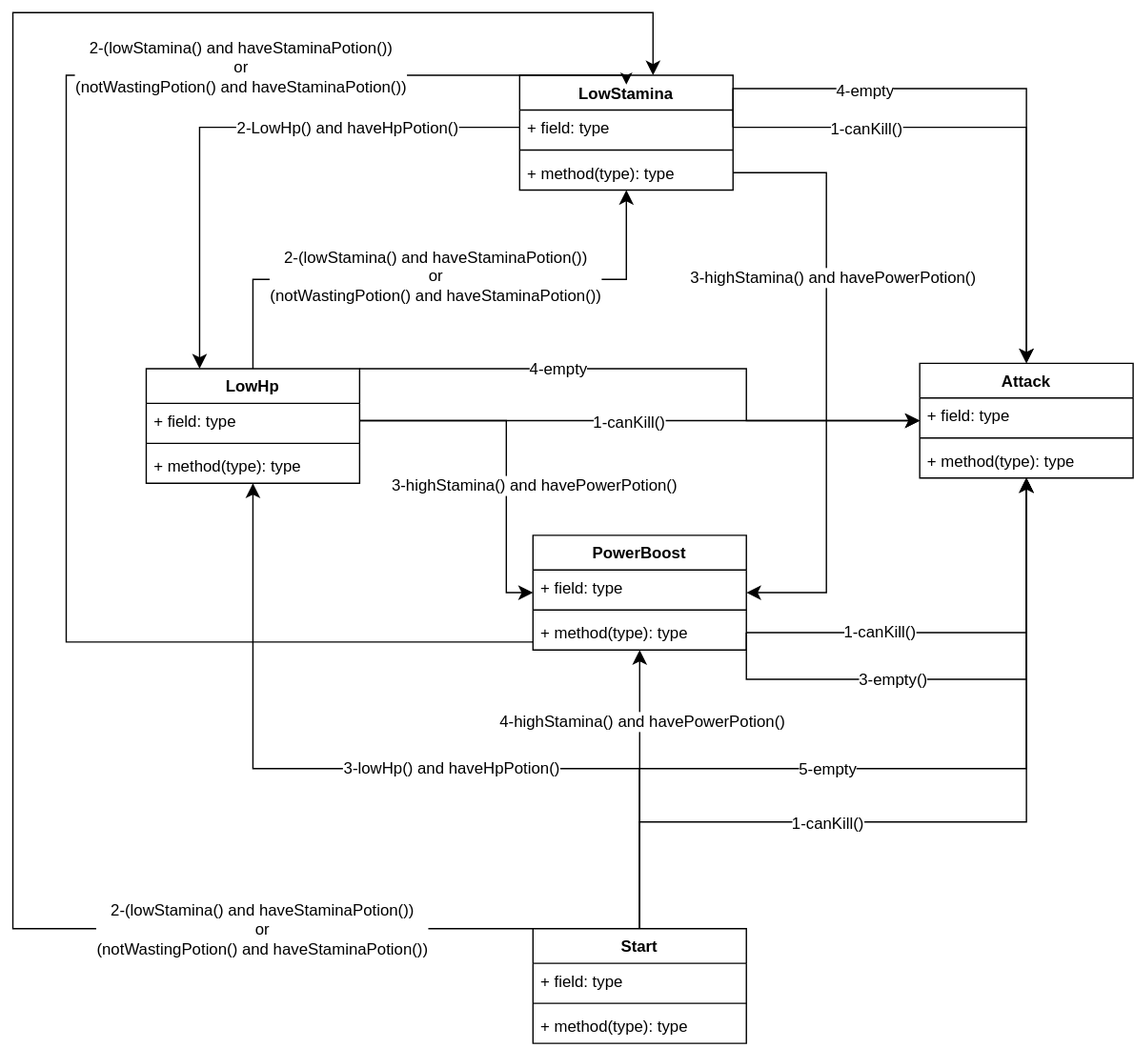
This is Umls/fsm.drawio.svg from amir-samiee/iustz, a draw.io export, as it was before one commit. Source tidied: cells renumbered, new cells last; positions are measured from the earlier drawing's top-left corner, leaving out a move shared by most shapes.
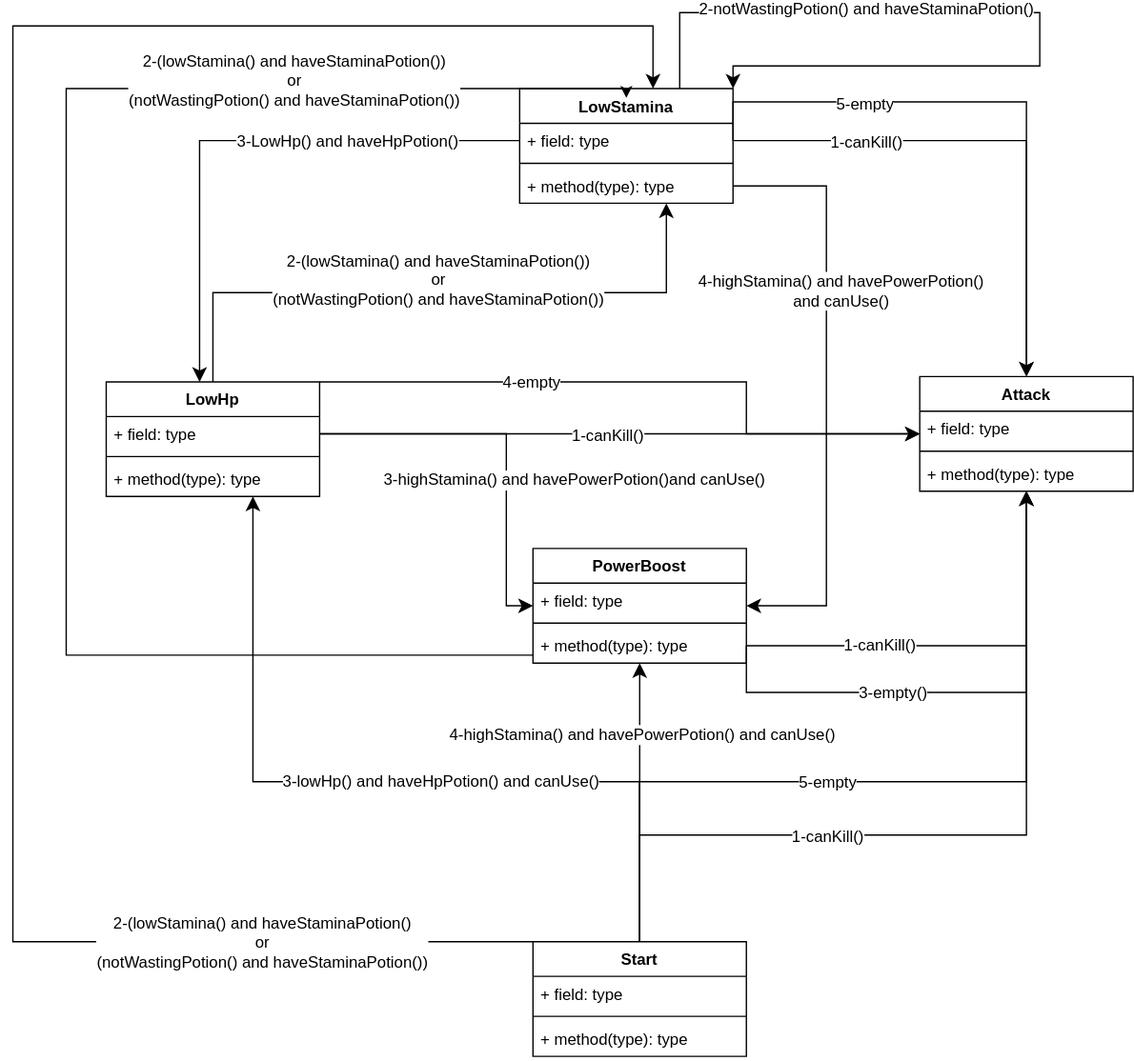
Above is the later version.

What changed in the source:
```diff
@@ -3,11 +3,16 @@
     <mxCell id="0" />
     <mxCell id="1" parent="0" />
     <mxCell id="2" style="edgeStyle=orthogonalEdgeStyle;rounded=0;jettySize=auto;html=1;exitX=0.5;exitY=0;exitDx=0;exitDy=0;fontSize=12;startSize=8;endSize=8;" parent="1" edge="1" source="6" target="18">
-      <mxGeometry relative="1" as="geometry" />
+      <mxGeometry relative="1" as="geometry">
+        <Array as="points">
+          <mxPoint x="150" y="200" />
+          <mxPoint x="490" y="200" />
+        </Array>
+      </mxGeometry>
     </mxCell>
-    <mxCell id="3" value="&lt;div&gt;2-(lowStamina() and haveStaminaPotion())&lt;br&gt;or&lt;/div&gt;&lt;div&gt;(notWastingPotion() and haveStaminaPotion())&lt;br&gt;&lt;/div&gt;" style="edgeLabel;html=1;align=center;verticalAlign=middle;fontSize=12;" parent="2" vertex="1">
+    <mxCell id="3" value="&lt;div&gt;2-(lowStamina() and haveStaminaPotion())&lt;/div&gt;&lt;div&gt;or&lt;/div&gt;&lt;div&gt;(notWastingPotion() and haveStaminaPotion())&lt;/div&gt;" style="edgeLabel;html=1;align=center;verticalAlign=middle;fontSize=12;" parent="2" vertex="1">
       <mxGeometry x="0.06" y="4" relative="1" as="geometry">
-        <mxPoint x="-16" y="1" as="offset" />
+        <mxPoint x="-16" y="-6" as="offset" />
       </mxGeometry>
     </mxCell>
     <mxCell id="4" style="edgeStyle=orthogonalEdgeStyle;rounded=0;jettySize=auto;html=1;exitX=1;exitY=0;exitDx=0;exitDy=0;fontSize=12;startSize=8;endSize=8;" parent="1" edge="1" source="6" target="14">
@@ -22,7 +27,7 @@
       <mxGeometry x="-0.35" relative="1" as="geometry" />
     </mxCell>
     <mxCell id="6" value="LowHp" style="swimlane;fontStyle=1;align=center;verticalAlign=top;horizontal=1;startSize=26;whiteSpace=wrap;html=1;" parent="1" vertex="1">
-      <mxGeometry x="100" y="267" width="160" height="86" as="geometry" />
+      <mxGeometry x="70" y="267" width="160" height="86" as="geometry" />
     </mxCell>
     <mxCell id="7" value="+ field: type" style="text;strokeColor=none;fillColor=none;align=left;verticalAlign=top;spacingLeft=4;spacingRight=4;overflow=hidden;points=[[0,0.5],[1,0.5]];portConstraint=eastwest;whiteSpace=wrap;html=1;" parent="6" vertex="1">
       <mxGeometry y="26" width="160" height="26" as="geometry" />
@@ -72,7 +77,7 @@
     <mxCell id="22" style="edgeStyle=orthogonalEdgeStyle;rounded=0;jettySize=auto;html=1;exitX=0.5;exitY=0;exitDx=0;exitDy=0;fontSize=12;startSize=8;endSize=8;" parent="1" edge="1" source="32" target="10">
       <mxGeometry relative="1" as="geometry" />
     </mxCell>
-    <mxCell id="23" value="4-highStamina() and havePowerPotion()" style="edgeLabel;html=1;align=center;verticalAlign=middle;fontSize=12;" parent="22" vertex="1">
+    <mxCell id="23" value="4-highStamina() and havePowerPotion() and canUse()" style="edgeLabel;html=1;align=center;verticalAlign=middle;fontSize=12;" parent="22" vertex="1">
       <mxGeometry x="0.49" y="-1" relative="1" as="geometry" />
     </mxCell>
     <mxCell id="24" style="edgeStyle=orthogonalEdgeStyle;rounded=0;jettySize=auto;html=1;exitX=0.5;exitY=0;exitDx=0;exitDy=0;fontSize=12;startSize=8;endSize=8;" parent="1" edge="1" source="32" target="6">
@@ -83,9 +88,9 @@
         </Array>
       </mxGeometry>
     </mxCell>
-    <mxCell id="25" value="3-lowHp() and haveHpPotion()" style="edgeLabel;html=1;align=center;verticalAlign=middle;fontSize=12;" parent="24" vertex="1">
+    <mxCell id="25" value="3-lowHp() and haveHpPotion() and canUse()" style="edgeLabel;html=1;align=center;verticalAlign=middle;fontSize=12;" parent="24" vertex="1">
       <mxGeometry x="-0.2" y="-1" relative="1" as="geometry">
-        <mxPoint x="-12" as="offset" />
+        <mxPoint x="-20" as="offset" />
       </mxGeometry>
     </mxCell>
     <mxCell id="26" style="edgeStyle=orthogonalEdgeStyle;rounded=0;jettySize=auto;html=1;exitX=0.5;exitY=0;exitDx=0;exitDy=0;fontSize=12;startSize=8;endSize=8;" parent="1" edge="1" source="32" target="14">
@@ -121,7 +126,7 @@
         </Array>
       </mxGeometry>
     </mxCell>
-    <mxCell id="31" value="2-(lowStamina() and haveStaminaPotion()) &lt;br&gt;or&lt;div&gt;(notWastingPotion() and haveStaminaPotion())&lt;/div&gt;" style="edgeLabel;html=1;align=center;verticalAlign=middle;fontSize=12;" parent="30" vertex="1">
+    <mxCell id="31" value="2-(lowStamina() and haveStaminaPotion()&lt;br&gt;or&lt;div&gt;(notWastingPotion() and haveStaminaPotion())&lt;/div&gt;" style="edgeLabel;html=1;align=center;verticalAlign=middle;fontSize=12;" parent="30" vertex="1">
       <mxGeometry x="-0.73" y="-3" relative="1" as="geometry">
         <mxPoint x="-73" y="3" as="offset" />
       </mxGeometry>
@@ -152,9 +157,9 @@
         </Array>
       </mxGeometry>
     </mxCell>
-    <mxCell id="39" value="3-highStamina() and havePowerPotion()" style="edgeLabel;html=1;align=center;verticalAlign=middle;fontSize=12;" parent="38" vertex="1">
+    <mxCell id="39" value="3-highStamina() and havePowerPotion()and canUse()" style="edgeLabel;html=1;align=center;verticalAlign=middle;fontSize=12;" parent="38" vertex="1">
       <mxGeometry x="0.13" y="-1" relative="1" as="geometry">
-        <mxPoint x="21" y="12" as="offset" />
+        <mxPoint x="51" y="11" as="offset" />
       </mxGeometry>
     </mxCell>
     <mxCell id="40" style="edgeStyle=orthogonalEdgeStyle;rounded=0;jettySize=auto;html=1;exitX=1;exitY=0.5;exitDx=0;exitDy=0;fontSize=12;startSize=8;endSize=8;" parent="1" edge="1" source="19" target="14">
@@ -170,7 +175,7 @@
         </Array>
       </mxGeometry>
     </mxCell>
-    <mxCell id="43" value="2-LowHp() and haveHpPotion()" style="edgeLabel;html=1;align=center;verticalAlign=middle;fontSize=12;" parent="42" vertex="1">
+    <mxCell id="43" value="3-LowHp() and haveHpPotion()" style="edgeLabel;html=1;align=center;verticalAlign=middle;fontSize=12;" parent="42" vertex="1">
       <mxGeometry x="-0.36" y="5" relative="1" as="geometry">
         <mxPoint x="5" y="-5" as="offset" />
       </mxGeometry>
@@ -183,8 +188,10 @@
         </Array>
       </mxGeometry>
     </mxCell>
-    <mxCell id="45" value="3-highStamina() and havePowerPotion()" style="edgeLabel;html=1;align=center;verticalAlign=middle;fontSize=12;" parent="44" vertex="1">
-      <mxGeometry x="-0.33" y="4" relative="1" as="geometry" />
+    <mxCell id="45" value="4-highStamina() and havePowerPotion()&lt;div&gt;and canUse()&lt;/div&gt;" style="edgeLabel;html=1;align=center;verticalAlign=middle;fontSize=12;" parent="44" vertex="1">
+      <mxGeometry x="-0.33" y="4" relative="1" as="geometry">
+        <mxPoint x="6" as="offset" />
+      </mxGeometry>
     </mxCell>
     <mxCell id="46" style="edgeStyle=orthogonalEdgeStyle;rounded=0;jettySize=auto;html=1;exitX=1;exitY=0.5;exitDx=0;exitDy=0;fontSize=12;startSize=8;endSize=8;" parent="1" edge="1" source="19" target="14">
       <mxGeometry relative="1" as="geometry">
@@ -194,7 +201,7 @@
         </Array>
       </mxGeometry>
     </mxCell>
-    <mxCell id="47" value="4-empty" style="edgeLabel;html=1;align=center;verticalAlign=middle;fontSize=12;" parent="46" vertex="1">
+    <mxCell id="47" value="5-empty" style="edgeLabel;html=1;align=center;verticalAlign=middle;fontSize=12;" parent="46" vertex="1">
       <mxGeometry x="-0.44" y="-1" relative="1" as="geometry" />
     </mxCell>
     <mxCell id="48" style="edgeStyle=orthogonalEdgeStyle;rounded=0;jettySize=auto;html=1;exitX=1;exitY=0.5;exitDx=0;exitDy=0;fontSize=12;startSize=8;endSize=8;" parent="1" edge="1" source="13" target="14">
@@ -229,8 +236,21 @@
     </mxCell>
     <mxCell id="53" value="&lt;span style=&quot;font-size: 12px;&quot;&gt;2-(lowStamina() and haveStaminaPotion())&lt;/span&gt;&lt;br style=&quot;font-size: 12px;&quot;&gt;&lt;span style=&quot;font-size: 12px;&quot;&gt;or&lt;/span&gt;&lt;div style=&quot;font-size: 12px;&quot;&gt;(notWastingPotion() and haveStaminaPotion())&lt;/div&gt;" style="edgeLabel;html=1;align=center;verticalAlign=middle;" parent="52" vertex="1">
       <mxGeometry x="0.69" y="-1" relative="1" as="geometry">
-        <mxPoint x="-112" y="-8" as="offset" />
+        <mxPoint x="-72" y="-8" as="offset" />
       </mxGeometry>
     </mxCell>
+    <mxCell id="54" style="edgeStyle=orthogonalEdgeStyle;rounded=0;orthogonalLoop=1;jettySize=auto;html=1;exitX=0.75;exitY=0;exitDx=0;exitDy=0;entryX=1;entryY=0;entryDx=0;entryDy=0;fontSize=12;startSize=8;endSize=8;" parent="1" edge="1" source="18" target="18">
+      <mxGeometry relative="1" as="geometry">
+        <Array as="points">
+          <mxPoint x="500" y="-10" />
+          <mxPoint x="770" y="-10" />
+          <mxPoint x="770" y="30" />
+          <mxPoint x="540" y="30" />
+        </Array>
+      </mxGeometry>
+    </mxCell>
+    <mxCell id="55" value="&lt;div&gt;2-notWastingPotion() and haveStaminaPotion()&lt;/div&gt;" style="edgeLabel;html=1;align=center;verticalAlign=middle;fontSize=12;" parent="54" vertex="1">
+      <mxGeometry x="-0.36" y="3" relative="1" as="geometry" />
+    </mxCell>
   </root>
 </mxGraphModel>
```
